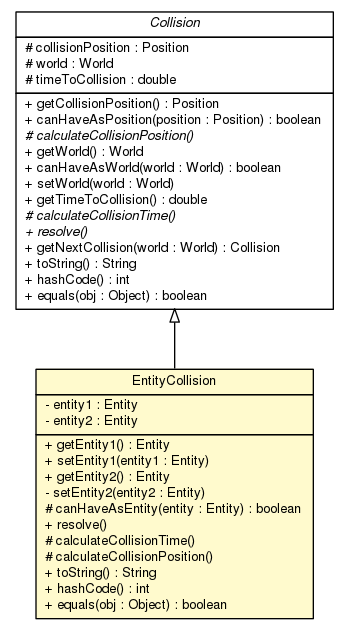
The Graphviz diagram doc/world/physics/collision/EntityCollision.png in sinopeus/asteroids, before a commit. Its source is kept beside it as doc/world/physics/collision/EntityCollision.dot. Its diagram source:
```dot

digraph G {
	edge [fontname="Helvetica",fontsize=10,labelfontname="Helvetica",labelfontsize=10];
	node [fontname="Helvetica",fontsize=10,shape=plaintext];
	nodesep=0.25;
	ranksep=0.5;
	c8024 [label=<<table title="world.physics.collision.Collision" border="0" cellborder="1" cellspacing="0" cellpadding="2" port="p" href="./Collision.html">
		<tr><td><table border="0" cellspacing="0" cellpadding="1">
<tr><td align="center" balign="center"><font face="Helvetica-Oblique"> Collision </font></td></tr>
		</table></td></tr>
		<tr><td><table border="0" cellspacing="0" cellpadding="1">
<tr><td align="left" balign="left"> # collisionPosition : Position </td></tr>
<tr><td align="left" balign="left"> # world : World </td></tr>
<tr><td align="left" balign="left"> # timeToCollision : double </td></tr>
		</table></td></tr>
		<tr><td><table border="0" cellspacing="0" cellpadding="1">
<tr><td align="left" balign="left"> + getCollisionPosition() : Position </td></tr>
<tr><td align="left" balign="left"> + canHaveAsPosition(position : Position) : boolean </td></tr>
<tr><td align="left" balign="left"><font face="Helvetica-Oblique" point-size="10.0"> # calculateCollisionPosition() </font></td></tr>
<tr><td align="left" balign="left"> + getWorld() : World </td></tr>
<tr><td align="left" balign="left"> + canHaveAsWorld(world : World) : boolean </td></tr>
<tr><td align="left" balign="left"> + setWorld(world : World) </td></tr>
<tr><td align="left" balign="left"> + getTimeToCollision() : double </td></tr>
<tr><td align="left" balign="left"><font face="Helvetica-Oblique" point-size="10.0"> # calculateCollisionTime() </font></td></tr>
<tr><td align="left" balign="left"><font face="Helvetica-Oblique" point-size="10.0"> + resolve() </font></td></tr>
<tr><td align="left" balign="left"> + getNextCollision(world : World) : Collision </td></tr>
<tr><td align="left" balign="left"> + toString() : String </td></tr>
<tr><td align="left" balign="left"> + hashCode() : int </td></tr>
<tr><td align="left" balign="left"> + equals(obj : Object) : boolean </td></tr>
		</table></td></tr>
		</table>>, URL="./Collision.html", fontname="Helvetica", fontcolor="black", fontsize=10.0];
	c8027 [label=<<table title="world.physics.collision.EntityCollision" border="0" cellborder="1" cellspacing="0" cellpadding="2" port="p" bgcolor="lemonChiffon" href="./EntityCollision.html">
		<tr><td><table border="0" cellspacing="0" cellpadding="1">
<tr><td align="center" balign="center"> EntityCollision </td></tr>
		</table></td></tr>
		<tr><td><table border="0" cellspacing="0" cellpadding="1">
<tr><td align="left" balign="left"> - entity1 : Entity </td></tr>
<tr><td align="left" balign="left"> - entity2 : Entity </td></tr>
		</table></td></tr>
		<tr><td><table border="0" cellspacing="0" cellpadding="1">
<tr><td align="left" balign="left"> + getEntity1() : Entity </td></tr>
<tr><td align="left" balign="left"> + setEntity1(entity1 : Entity) </td></tr>
<tr><td align="left" balign="left"> + getEntity2() : Entity </td></tr>
<tr><td align="left" balign="left"> - setEntity2(entity2 : Entity) </td></tr>
<tr><td align="left" balign="left"> # canHaveAsEntity(entity : Entity) : boolean </td></tr>
<tr><td align="left" balign="left"> + resolve() </td></tr>
<tr><td align="left" balign="left"> # calculateCollisionTime() </td></tr>
<tr><td align="left" balign="left"> # calculateCollisionPosition() </td></tr>
<tr><td align="left" balign="left"> + toString() : String </td></tr>
<tr><td align="left" balign="left"> + hashCode() : int </td></tr>
<tr><td align="left" balign="left"> + equals(obj : Object) : boolean </td></tr>
		</table></td></tr>
		</table>>, URL="./EntityCollision.html", fontname="Helvetica", fontcolor="black", fontsize=10.0];
	c8024:p -> c8027:p [dir=back,arrowtail=empty];
}
```
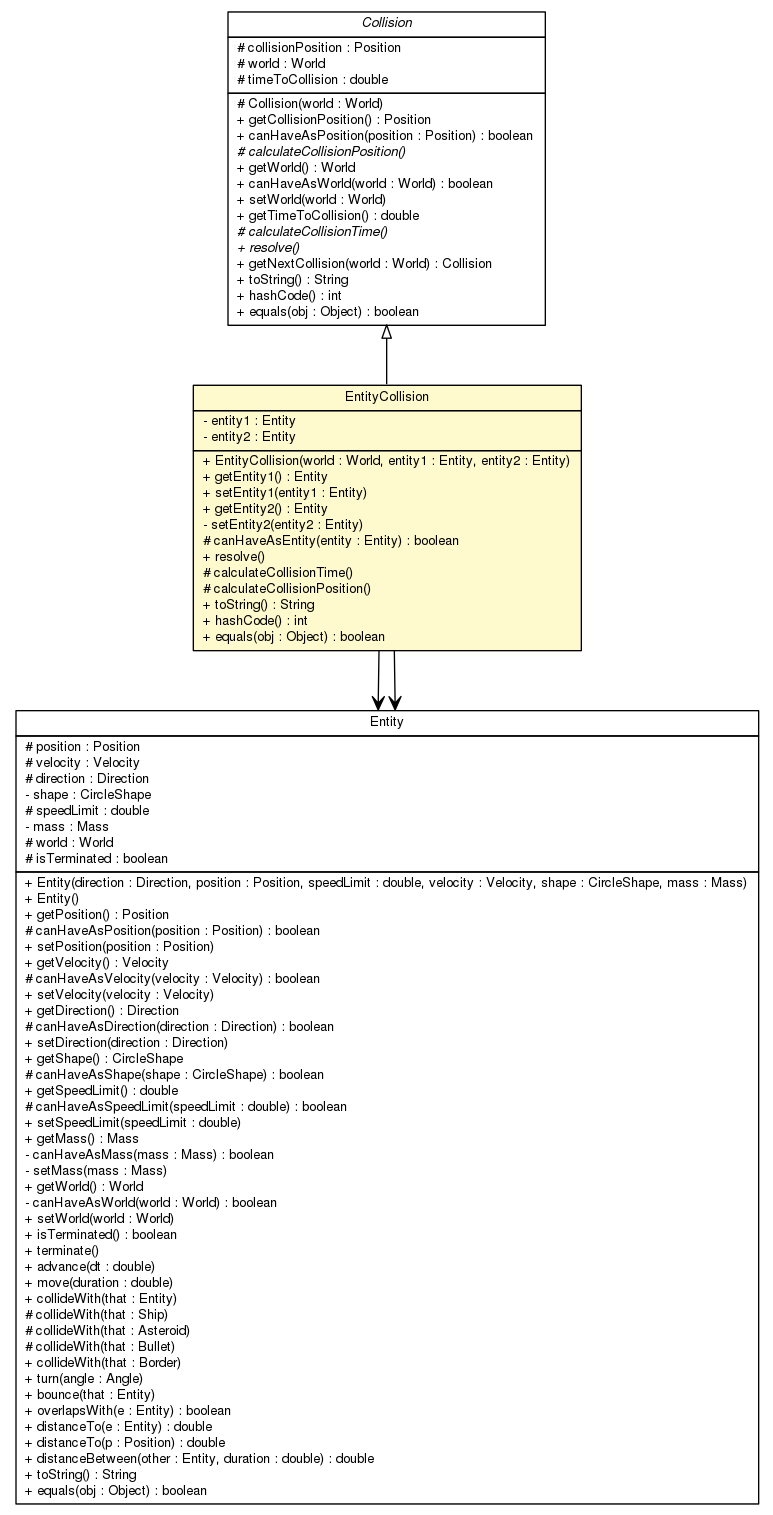
Later version of the same file.

What changed in the source:
```diff
@@ -4,7 +4,63 @@
 	node [fontname="Helvetica",fontsize=10,shape=plaintext];
 	nodesep=0.25;
 	ranksep=0.5;
-	c8024 [label=<<table title="world.physics.collision.Collision" border="0" cellborder="1" cellspacing="0" cellpadding="2" port="p" href="./Collision.html">
+	c8056 [label=<<table title="world.entity.Entity" border="0" cellborder="1" cellspacing="0" cellpadding="2" port="p" href="../../entity/Entity.html">
+		<tr><td><table border="0" cellspacing="0" cellpadding="1">
+<tr><td align="center" balign="center"> Entity </td></tr>
+		</table></td></tr>
+		<tr><td><table border="0" cellspacing="0" cellpadding="1">
+<tr><td align="left" balign="left"> # position : Position </td></tr>
+<tr><td align="left" balign="left"> # velocity : Velocity </td></tr>
+<tr><td align="left" balign="left"> # direction : Direction </td></tr>
+<tr><td align="left" balign="left"> - shape : CircleShape </td></tr>
+<tr><td align="left" balign="left"> # speedLimit : double </td></tr>
+<tr><td align="left" balign="left"> - mass : Mass </td></tr>
+<tr><td align="left" balign="left"> # world : World </td></tr>
+<tr><td align="left" balign="left"> # isTerminated : boolean </td></tr>
+		</table></td></tr>
+		<tr><td><table border="0" cellspacing="0" cellpadding="1">
+<tr><td align="left" balign="left"> + Entity(direction : Direction, position : Position, speedLimit : double, velocity : Velocity, shape : CircleShape, mass : Mass) </td></tr>
+<tr><td align="left" balign="left"> + Entity() </td></tr>
+<tr><td align="left" balign="left"> + getPosition() : Position </td></tr>
+<tr><td align="left" balign="left"> # canHaveAsPosition(position : Position) : boolean </td></tr>
+<tr><td align="left" balign="left"> + setPosition(position : Position) </td></tr>
+<tr><td align="left" balign="left"> + getVelocity() : Velocity </td></tr>
+<tr><td align="left" balign="left"> # canHaveAsVelocity(velocity : Velocity) : boolean </td></tr>
+<tr><td align="left" balign="left"> + setVelocity(velocity : Velocity) </td></tr>
+<tr><td align="left" balign="left"> + getDirection() : Direction </td></tr>
+<tr><td align="left" balign="left"> # canHaveAsDirection(direction : Direction) : boolean </td></tr>
+<tr><td align="left" balign="left"> + setDirection(direction : Direction) </td></tr>
+<tr><td align="left" balign="left"> + getShape() : CircleShape </td></tr>
+<tr><td align="left" balign="left"> # canHaveAsShape(shape : CircleShape) : boolean </td></tr>
+<tr><td align="left" balign="left"> + getSpeedLimit() : double </td></tr>
+<tr><td align="left" balign="left"> # canHaveAsSpeedLimit(speedLimit : double) : boolean </td></tr>
+<tr><td align="left" balign="left"> + setSpeedLimit(speedLimit : double) </td></tr>
+<tr><td align="left" balign="left"> + getMass() : Mass </td></tr>
+<tr><td align="left" balign="left"> - canHaveAsMass(mass : Mass) : boolean </td></tr>
+<tr><td align="left" balign="left"> - setMass(mass : Mass) </td></tr>
+<tr><td align="left" balign="left"> + getWorld() : World </td></tr>
+<tr><td align="left" balign="left"> - canHaveAsWorld(world : World) : boolean </td></tr>
+<tr><td align="left" balign="left"> + setWorld(world : World) </td></tr>
+<tr><td align="left" balign="left"> + isTerminated() : boolean </td></tr>
+<tr><td align="left" balign="left"> + terminate() </td></tr>
+<tr><td align="left" balign="left"> + advance(dt : double) </td></tr>
+<tr><td align="left" balign="left"> + move(duration : double) </td></tr>
+<tr><td align="left" balign="left"> + collideWith(that : Entity) </td></tr>
+<tr><td align="left" balign="left"> # collideWith(that : Ship) </td></tr>
+<tr><td align="left" balign="left"> # collideWith(that : Asteroid) </td></tr>
+<tr><td align="left" balign="left"> # collideWith(that : Bullet) </td></tr>
+<tr><td align="left" balign="left"> + collideWith(that : Border) </td></tr>
+<tr><td align="left" balign="left"> + turn(angle : Angle) </td></tr>
+<tr><td align="left" balign="left"> + bounce(that : Entity) </td></tr>
+<tr><td align="left" balign="left"> + overlapsWith(e : Entity) : boolean </td></tr>
+<tr><td align="left" balign="left"> + distanceTo(e : Entity) : double </td></tr>
+<tr><td align="left" balign="left"> + distanceTo(p : Position) : double </td></tr>
+<tr><td align="left" balign="left"> + distanceBetween(other : Entity, duration : double) : double </td></tr>
+<tr><td align="left" balign="left"> + toString() : String </td></tr>
+<tr><td align="left" balign="left"> + equals(obj : Object) : boolean </td></tr>
+		</table></td></tr>
+		</table>>, URL="../../entity/Entity.html", fontname="Helvetica", fontcolor="black", fontsize=10.0];
+	c8062 [label=<<table title="world.physics.collision.Collision" border="0" cellborder="1" cellspacing="0" cellpadding="2" port="p" href="./Collision.html">
 		<tr><td><table border="0" cellspacing="0" cellpadding="1">
 <tr><td align="center" balign="center"><font face="Helvetica-Oblique"> Collision </font></td></tr>
 		</table></td></tr>
@@ -14,6 +70,7 @@
 <tr><td align="left" balign="left"> # timeToCollision : double </td></tr>
 		</table></td></tr>
 		<tr><td><table border="0" cellspacing="0" cellpadding="1">
+<tr><td align="left" balign="left"> # Collision(world : World) </td></tr>
 <tr><td align="left" balign="left"> + getCollisionPosition() : Position </td></tr>
 <tr><td align="left" balign="left"> + canHaveAsPosition(position : Position) : boolean </td></tr>
 <tr><td align="left" balign="left"><font face="Helvetica-Oblique" point-size="10.0"> # calculateCollisionPosition() </font></td></tr>
@@ -29,7 +86,7 @@
 <tr><td align="left" balign="left"> + equals(obj : Object) : boolean </td></tr>
 		</table></td></tr>
 		</table>>, URL="./Collision.html", fontname="Helvetica", fontcolor="black", fontsize=10.0];
-	c8027 [label=<<table title="world.physics.collision.EntityCollision" border="0" cellborder="1" cellspacing="0" cellpadding="2" port="p" bgcolor="lemonChiffon" href="./EntityCollision.html">
+	c8065 [label=<<table title="world.physics.collision.EntityCollision" border="0" cellborder="1" cellspacing="0" cellpadding="2" port="p" bgcolor="lemonChiffon" href="./EntityCollision.html">
 		<tr><td><table border="0" cellspacing="0" cellpadding="1">
 <tr><td align="center" balign="center"> EntityCollision </td></tr>
 		</table></td></tr>
@@ -38,6 +95,7 @@
 <tr><td align="left" balign="left"> - entity2 : Entity </td></tr>
 		</table></td></tr>
 		<tr><td><table border="0" cellspacing="0" cellpadding="1">
+<tr><td align="left" balign="left"> + EntityCollision(world : World, entity1 : Entity, entity2 : Entity) </td></tr>
 <tr><td align="left" balign="left"> + getEntity1() : Entity </td></tr>
 <tr><td align="left" balign="left"> + setEntity1(entity1 : Entity) </td></tr>
 <tr><td align="left" balign="left"> + getEntity2() : Entity </td></tr>
@@ -51,5 +109,7 @@
 <tr><td align="left" balign="left"> + equals(obj : Object) : boolean </td></tr>
 		</table></td></tr>
 		</table>>, URL="./EntityCollision.html", fontname="Helvetica", fontcolor="black", fontsize=10.0];
-	c8024:p -> c8027:p [dir=back,arrowtail=empty];
+	c8062:p -> c8065:p [dir=back,arrowtail=empty];
+	c8065:p -> c8056:p [taillabel="", label="", headlabel="", fontname="Helvetica", fontcolor="black", fontsize=10.0, color="black", arrowhead=open];
+	c8065:p -> c8056:p [taillabel="", label="", headlabel="", fontname="Helvetica", fontcolor="black", fontsize=10.0, color="black", arrowhead=open];
 }
```
